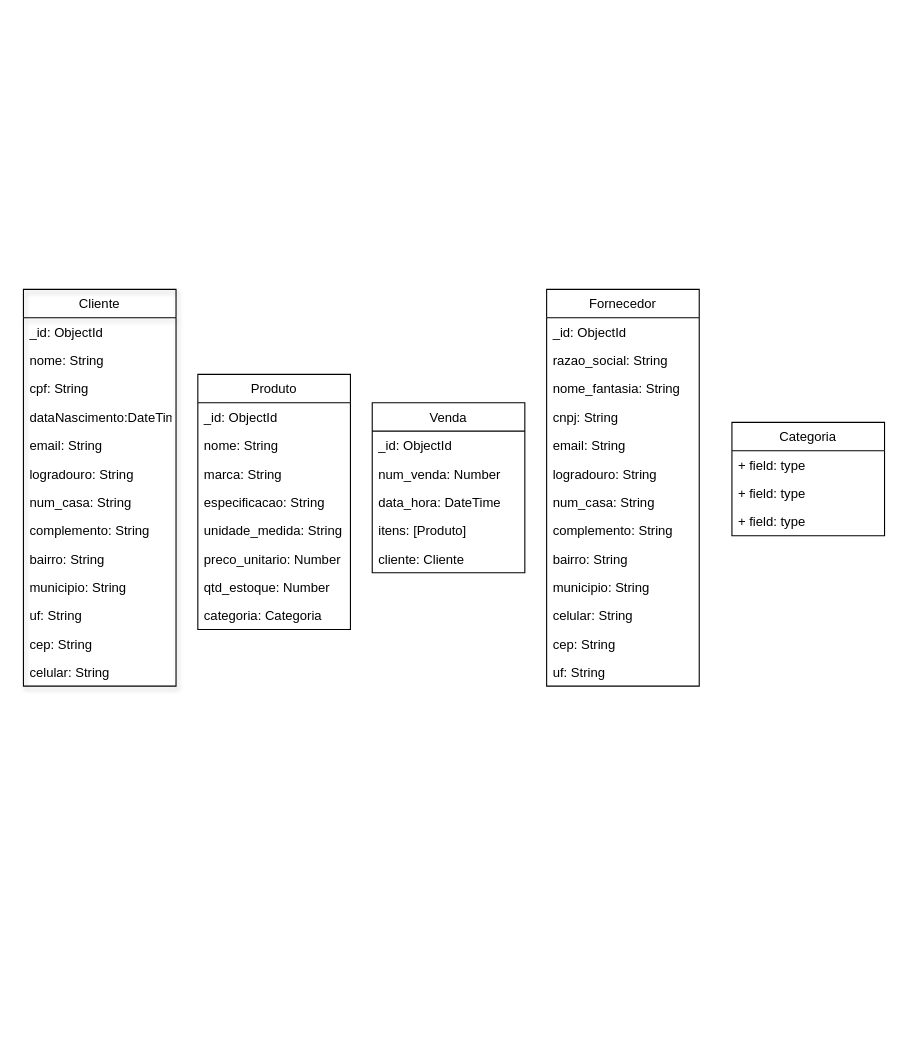
faustocintra/bn-not-2024-2 keeps this draw.io diagram as docs/NoAM.drawio. Above is the earlier version. Source tidied: cells renumbered, new cells numbered last; positions are measured from the earlier drawing's top-left corner, leaving out a move shared by most shapes. Both pictures are drawn from the tidied source at 109%, with x=0, y=0 at pixel (23, 289).
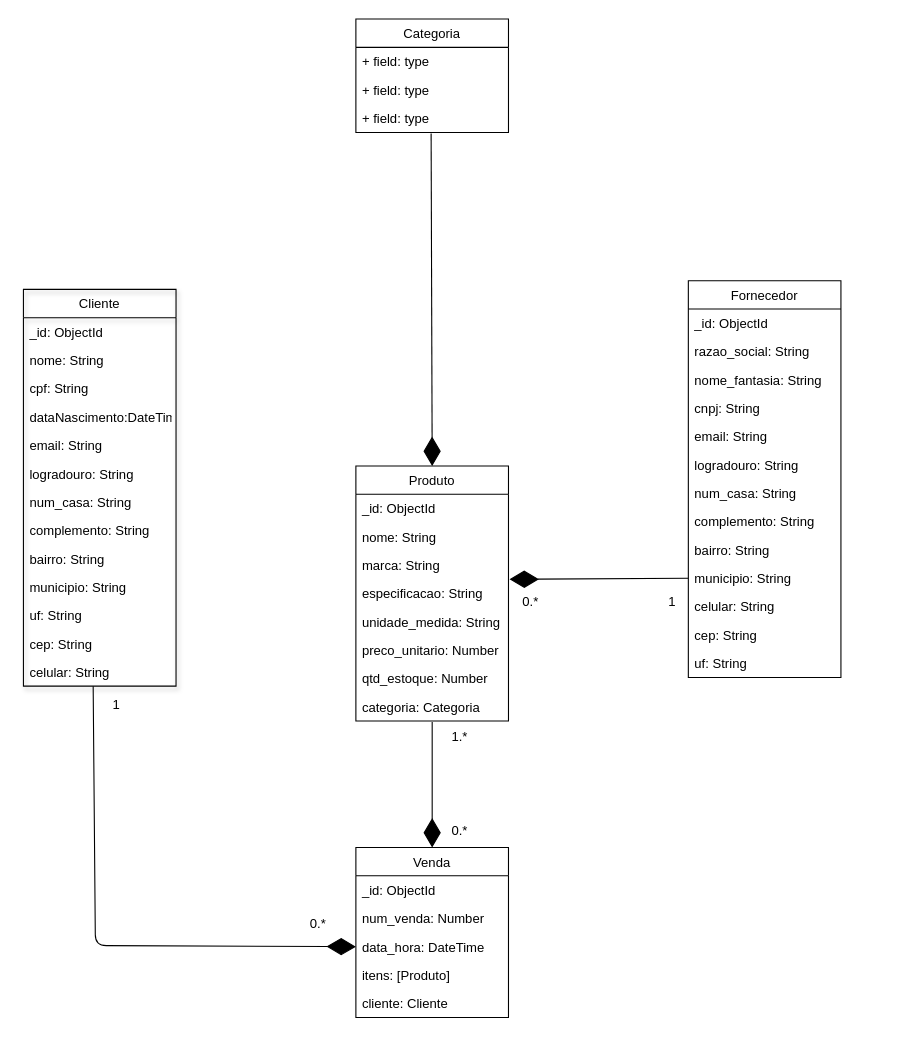
After the change.

The change refers to these unchanged cells:
```xml
<mxCell id="6" value="especificacao: String" style="text;strokeColor=none;fillColor=none;align=left;verticalAlign=top;spacingLeft=4;spacingRight=4;overflow=hidden;points=[[0,0.5],[1,0.5]];portConstraint=eastwest;" parent="2" vertex="1">
  <mxGeometry y="104" width="140" height="26" as="geometry" />
</mxCell>
<mxCell id="10" value="categoria: Categoria" style="text;strokeColor=none;fillColor=none;align=left;verticalAlign=top;spacingLeft=4;spacingRight=4;overflow=hidden;points=[[0,0.5],[1,0.5]];portConstraint=eastwest;" parent="2" vertex="1">
  <mxGeometry y="208" width="140" height="26" as="geometry" />
</mxCell>
<mxCell id="21" value="municipio: String" style="text;strokeColor=none;fillColor=none;align=left;verticalAlign=top;spacingLeft=4;spacingRight=4;overflow=hidden;points=[[0,0.5],[1,0.5]];portConstraint=eastwest;" parent="11" vertex="1">
  <mxGeometry y="260" width="140" height="26" as="geometry" />
</mxCell>
<mxCell id="28" value="+ field: type" style="text;strokeColor=none;fillColor=none;align=left;verticalAlign=top;spacingLeft=4;spacingRight=4;overflow=hidden;points=[[0,0.5],[1,0.5]];portConstraint=eastwest;" parent="25" vertex="1">
  <mxGeometry y="78" width="140" height="26" as="geometry" />
</mxCell>
<mxCell id="32" value="data_hora: DateTime" style="text;strokeColor=none;fillColor=none;align=left;verticalAlign=top;spacingLeft=4;spacingRight=4;overflow=hidden;points=[[0,0.5],[1,0.5]];portConstraint=eastwest;" parent="29" vertex="1">
  <mxGeometry y="78" width="140" height="26" as="geometry" />
</mxCell>
<mxCell id="48" value="celular: String" style="text;strokeColor=none;fillColor=none;align=left;verticalAlign=top;spacingLeft=4;spacingRight=4;overflow=hidden;points=[[0,0.5],[1,0.5]];portConstraint=eastwest;" parent="35" vertex="1">
  <mxGeometry y="338" width="140" height="26" as="geometry" />
</mxCell>
```

The edit, as a diff of the source:
```diff
@@
     <mxCell id="2" value="Produto" style="swimlane;fontStyle=0;horizontal=1;startSize=26;fillColor=none;" parent="1" vertex="1">
-      <mxGeometry x="160" y="78" width="140" height="234" as="geometry" />
+      <mxGeometry x="305" y="162" width="140" height="234" as="geometry" />
     </mxCell>
@@
     <mxCell id="11" value="Fornecedor" style="swimlane;fontStyle=0;horizontal=1;startSize=26;fillColor=none;" parent="1" vertex="1">
-      <mxGeometry x="480" width="140" height="364" as="geometry" />
+      <mxGeometry x="610" y="-8" width="140" height="364" as="geometry" />
     </mxCell>
@@
     <mxCell id="25" value="Categoria" style="swimlane;fontStyle=0;horizontal=1;startSize=26;fillColor=none;" parent="1" vertex="1">
-      <mxGeometry x="650" y="122" width="140" height="104" as="geometry" />
+      <mxGeometry x="305" y="-248" width="140" height="104" as="geometry" />
     </mxCell>
@@
     <mxCell id="29" value="Venda" style="swimlane;fontStyle=0;horizontal=1;startSize=26;fillColor=none;" parent="1" vertex="1">
-      <mxGeometry x="320" y="104" width="140" height="156" as="geometry" />
+      <mxGeometry x="305" y="512" width="140" height="156" as="geometry" />
     </mxCell>
@@
+    <mxCell id="49" style="endArrow=diamondThin;endFill=1;endSize=24;html=1;entryX=0;entryY=0.5;entryDx=0;entryDy=0;exitX=0.457;exitY=1;exitDx=0;exitDy=0;exitPerimeter=0;" parent="1" edge="1" source="48" target="32">
+      <mxGeometry relative="1" as="geometry">
+        <Array as="points">
+          <mxPoint x="66" y="602" />
+        </Array>
+      </mxGeometry>
+    </mxCell>
+    <mxCell id="50" style="endArrow=diamondThin;endFill=1;endSize=24;html=1;exitX=0.5;exitY=1.038;exitDx=0;exitDy=0;exitPerimeter=0;entryX=0.5;entryY=0;entryDx=0;entryDy=0;" parent="1" edge="1" source="10" target="29">
+      <mxGeometry relative="1" as="geometry" />
+    </mxCell>
+    <mxCell id="51" style="endArrow=diamondThin;endFill=1;endSize=24;html=1;exitX=0;exitY=0.5;exitDx=0;exitDy=0;entryX=1.007;entryY=0;entryDx=0;entryDy=0;entryPerimeter=0;" parent="1" edge="1" source="21" target="6">
+      <mxGeometry relative="1" as="geometry" />
+    </mxCell>
+    <mxCell id="52" style="endArrow=diamondThin;endFill=1;endSize=24;html=1;exitX=0.493;exitY=1.038;exitDx=0;exitDy=0;exitPerimeter=0;entryX=0.5;entryY=0;entryDx=0;entryDy=0;" parent="1" edge="1" source="28" target="2">
+      <mxGeometry relative="1" as="geometry" />
+    </mxCell>
+    <mxCell id="53" value="1" style="text;html=1;align=center;verticalAlign=middle;strokeColor=none;fillColor=none;" parent="1" vertex="1">
+      <mxGeometry x="70" y="366" width="30" height="30" as="geometry" />
+    </mxCell>
+    <mxCell id="54" value="0.*" style="text;html=1;align=center;verticalAlign=middle;strokeColor=none;fillColor=none;" parent="1" vertex="1">
+      <mxGeometry x="250" y="567" width="40" height="30" as="geometry" />
+    </mxCell>
+    <mxCell id="55" value="1.*" style="text;html=1;align=center;verticalAlign=middle;strokeColor=none;fillColor=none;" parent="1" vertex="1">
+      <mxGeometry x="380" y="396" width="40" height="30" as="geometry" />
+    </mxCell>
+    <mxCell id="56" value="0.*" style="text;html=1;align=center;verticalAlign=middle;strokeColor=none;fillColor=none;" parent="1" vertex="1">
+      <mxGeometry x="380" y="482" width="40" height="30" as="geometry" />
+    </mxCell>
+    <mxCell id="57" value="1" style="text;html=1;align=center;verticalAlign=middle;strokeColor=none;fillColor=none;" parent="1" vertex="1">
+      <mxGeometry x="580" y="272" width="30" height="30" as="geometry" />
+    </mxCell>
+    <mxCell id="58" value="0.*" style="text;html=1;align=center;verticalAlign=middle;strokeColor=none;fillColor=none;" parent="1" vertex="1">
+      <mxGeometry x="445" y="272" width="40" height="30" as="geometry" />
+    </mxCell>
```
